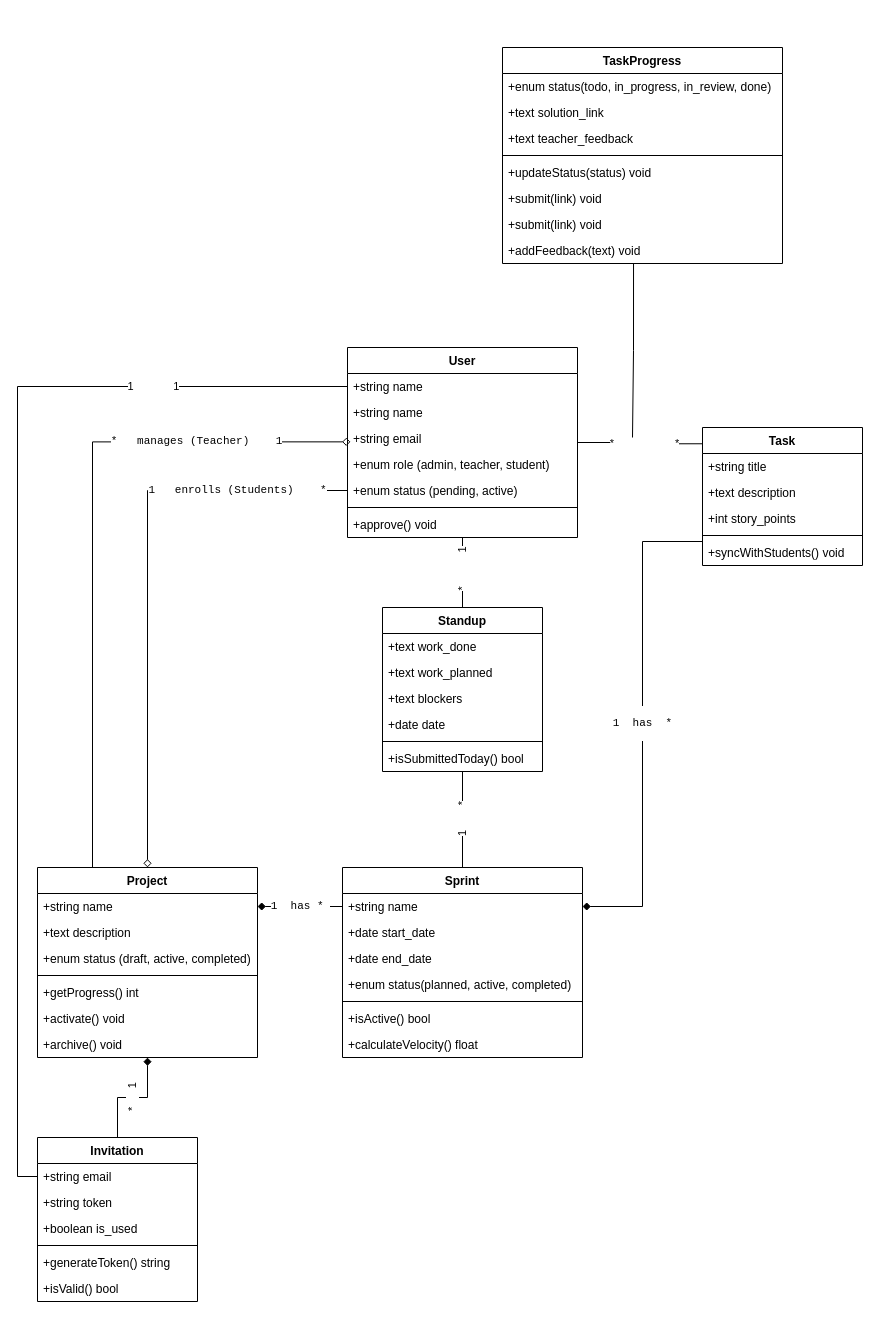
Before: UML/class_diagram.drawio in oelaimar/Scrum-Platform, a draw.io diagram. Source tidied: cells renumbered, new cells numbered last; positions are measured from the earlier drawing's top-left corner, leaving out a move shared by most shapes. Both pictures are drawn from the tidied source at 100%, with x=0, y=0 at pixel (37, 47).
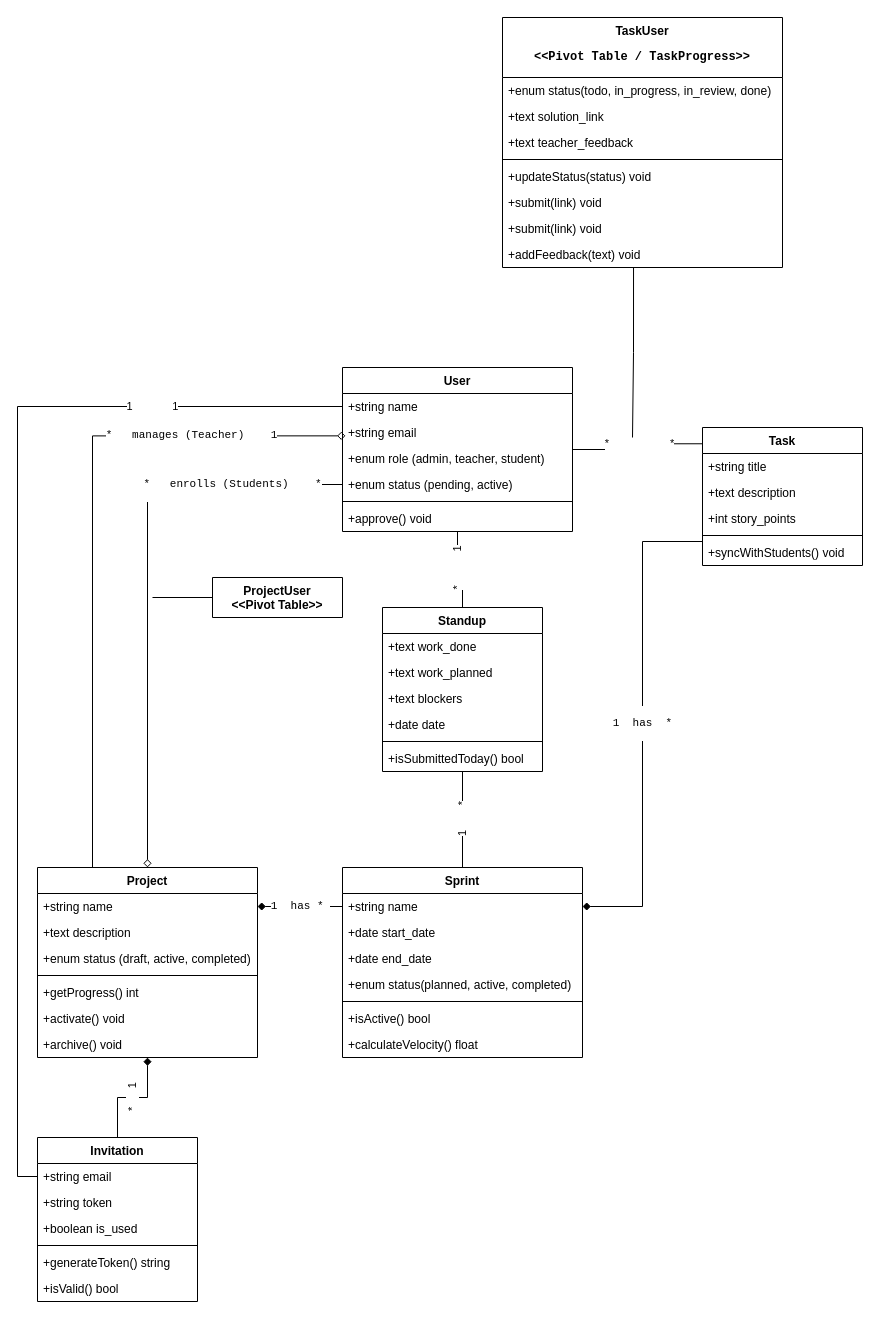
Above is the later version.

The change refers to these unchanged cells:
```xml
<mxCell id="16" value="Project" style="swimlane;fontStyle=1;align=center;verticalAlign=top;horizontal=1;startSize=26;whiteSpace=wrap;html=1;" parent="1" vertex="1">
  <mxGeometry y="820" width="220" height="190" as="geometry" />
</mxCell>
```

Change to the diagram source:
```diff
@@
-    <mxCell id="2" value="&lt;pre&gt;&lt;code class=&quot;language-mermaid&quot;&gt;&lt;span class=&quot;hljs-string&quot;&gt;&lt;span&gt;1   enrolls (Students)    *&lt;/span&gt;&lt;/span&gt;&lt;/code&gt;&lt;/pre&gt;" style="edgeStyle=orthogonalEdgeStyle;rounded=0;jettySize=auto;html=1;endArrow=diamond;endFill=0;targetPerimeterSpacing=10;entryX=0.5;entryY=0;entryDx=0;entryDy=0;startArrow=none;startFill=0;" parent="1" edge="1" source="11" target="16">
+    <mxCell id="2" value="&lt;pre&gt;&lt;code class=&quot;language-mermaid&quot;&gt;&lt;span class=&quot;hljs-string&quot;&gt;&lt;span&gt;*   enrolls (Students)    *&lt;/span&gt;&lt;/span&gt;&lt;/code&gt;&lt;/pre&gt;" style="edgeStyle=orthogonalEdgeStyle;rounded=0;jettySize=auto;html=1;endArrow=diamond;endFill=0;targetPerimeterSpacing=10;entryX=0.5;entryY=0;entryDx=0;entryDy=0;startArrow=none;startFill=0;" parent="1" edge="1" source="11" target="16">
       <mxGeometry x="-0.62" relative="1" as="geometry" />
     </mxCell>
@@
     <mxCell id="6" value="User" style="swimlane;fontStyle=1;align=center;verticalAlign=top;horizontal=1;startSize=26;whiteSpace=wrap;html=1;" parent="1" vertex="1">
-      <mxGeometry x="310" y="300" width="230" height="190" as="geometry" />
+      <mxGeometry x="305" y="320" width="230" height="164" as="geometry" />
     </mxCell>
@@
-    <mxCell id="8" value="&lt;div&gt;+string name&lt;/div&gt;" style="text;strokeColor=none;fillColor=none;align=left;verticalAlign=top;spacingLeft=4;spacingRight=4;overflow=hidden;whiteSpace=wrap;html=1;" parent="6" vertex="1">
-      <mxGeometry y="52" width="230" height="26" as="geometry" />
-    </mxCell>
     <mxCell id="9" value="&lt;div&gt;&lt;span style=&quot;background-color: initial;&quot;&gt;+string email&lt;/span&gt;&lt;/div&gt;" style="text;strokeColor=none;fillColor=none;align=left;verticalAlign=top;spacingLeft=4;spacingRight=4;overflow=hidden;points=[[0,0.5],[1,0.5]];portConstraint=eastwest;whiteSpace=wrap;html=1;" parent="6" vertex="1">
-      <mxGeometry y="78" width="230" height="26" as="geometry" />
+      <mxGeometry y="52" width="230" height="26" as="geometry" />
     </mxCell>
     <mxCell id="10" value="+enum role (admin, t&lt;span style=&quot;background-color: initial;&quot;&gt;eacher, student)&lt;/span&gt;&lt;div&gt;&lt;/div&gt;" style="text;strokeColor=none;fillColor=none;align=left;verticalAlign=top;spacingLeft=4;spacingRight=4;overflow=hidden;whiteSpace=wrap;html=1;" parent="6" vertex="1">
-      <mxGeometry y="104" width="230" height="26" as="geometry" />
+      <mxGeometry y="78" width="230" height="26" as="geometry" />
     </mxCell>
     <mxCell id="11" value="+enum status (pending, active)&lt;div&gt;&lt;/div&gt;" style="text;strokeColor=none;fillColor=none;align=left;verticalAlign=top;spacingLeft=4;spacingRight=4;overflow=hidden;points=[[0,0.5],[1,0.5]];portConstraint=eastwest;whiteSpace=wrap;html=1;" parent="6" vertex="1">
-      <mxGeometry y="130" width="230" height="26" as="geometry" />
+      <mxGeometry y="104" width="230" height="26" as="geometry" />
     </mxCell>
     <mxCell id="12" style="line;strokeWidth=1;fillColor=none;align=left;verticalAlign=middle;spacingTop=-1;spacingLeft=3;spacingRight=3;labelPosition=right;strokeColor=inherit;" parent="6" vertex="1">
-      <mxGeometry y="156" width="230" height="8" as="geometry" />
+      <mxGeometry y="130" width="230" height="8" as="geometry" />
     </mxCell>
     <mxCell id="13" value="+approve() void" style="text;strokeColor=none;fillColor=none;align=left;verticalAlign=top;spacingLeft=4;spacingRight=4;overflow=hidden;whiteSpace=wrap;html=1;" parent="6" vertex="1">
-      <mxGeometry y="164" width="230" height="26" as="geometry" />
+      <mxGeometry y="138" width="230" height="26" as="geometry" />
     </mxCell>
@@
-    <mxCell id="39" value="TaskProgress" style="swimlane;fontStyle=1;align=center;verticalAlign=top;horizontal=1;startSize=26;whiteSpace=wrap;html=1;" parent="1" vertex="1">
-      <mxGeometry x="465" width="280" height="216" as="geometry" />
+    <mxCell id="39" value="TaskUser&lt;br&gt;&lt;pre&gt;&lt;code class=&quot;language-mermaid&quot;&gt;&amp;lt;&amp;lt;Pivot Table / TaskProgress&amp;gt;&amp;gt;&lt;/code&gt;&lt;/pre&gt;&lt;pre&gt;&lt;/pre&gt;" style="swimlane;fontStyle=1;align=center;verticalAlign=top;horizontal=1;startSize=60;whiteSpace=wrap;html=1;" parent="1" vertex="1">
+      <mxGeometry x="465" y="-30" width="280" height="250" as="geometry" />
     </mxCell>
     <mxCell id="40" value="+enum status(todo,&amp;nbsp;in_progress,&amp;nbsp;in_review,&amp;nbsp;done)" style="text;strokeColor=none;fillColor=none;align=left;verticalAlign=top;spacingLeft=4;spacingRight=4;overflow=hidden;whiteSpace=wrap;html=1;" parent="39" vertex="1">
-      <mxGeometry y="26" width="280" height="26" as="geometry" />
+      <mxGeometry y="60" width="280" height="26" as="geometry" />
     </mxCell>
     <mxCell id="41" value="+text solution_link" style="text;strokeColor=none;fillColor=none;align=left;verticalAlign=top;spacingLeft=4;spacingRight=4;overflow=hidden;whiteSpace=wrap;html=1;" parent="39" vertex="1">
-      <mxGeometry y="52" width="280" height="26" as="geometry" />
+      <mxGeometry y="86" width="280" height="26" as="geometry" />
     </mxCell>
     <mxCell id="42" value="+text teacher_feedback" style="text;strokeColor=none;fillColor=none;align=left;verticalAlign=top;spacingLeft=4;spacingRight=4;overflow=hidden;whiteSpace=wrap;html=1;" parent="39" vertex="1">
-      <mxGeometry y="78" width="280" height="26" as="geometry" />
+      <mxGeometry y="112" width="280" height="26" as="geometry" />
     </mxCell>
     <mxCell id="43" style="line;strokeWidth=1;fillColor=none;align=left;verticalAlign=middle;spacingTop=-1;spacingLeft=3;spacingRight=3;labelPosition=right;strokeColor=inherit;" parent="39" vertex="1">
-      <mxGeometry y="104" width="280" height="8" as="geometry" />
+      <mxGeometry y="138" width="280" height="8" as="geometry" />
     </mxCell>
     <mxCell id="44" value="+updateStatus(status) void" style="text;strokeColor=none;fillColor=none;align=left;verticalAlign=top;spacingLeft=4;spacingRight=4;overflow=hidden;whiteSpace=wrap;html=1;" parent="39" vertex="1">
-      <mxGeometry y="112" width="280" height="26" as="geometry" />
+      <mxGeometry y="146" width="280" height="26" as="geometry" />
     </mxCell>
     <mxCell id="45" value="+submit(link) void" style="text;strokeColor=none;fillColor=none;align=left;verticalAlign=top;spacingLeft=4;spacingRight=4;overflow=hidden;whiteSpace=wrap;html=1;" parent="39" vertex="1">
-      <mxGeometry y="138" width="280" height="26" as="geometry" />
+      <mxGeometry y="172" width="280" height="26" as="geometry" />
     </mxCell>
     <mxCell id="46" value="+submit(link) void" style="text;strokeColor=none;fillColor=none;align=left;verticalAlign=top;spacingLeft=4;spacingRight=4;overflow=hidden;whiteSpace=wrap;html=1;" parent="39" vertex="1">
-      <mxGeometry y="164" width="280" height="26" as="geometry" />
+      <mxGeometry y="198" width="280" height="26" as="geometry" />
     </mxCell>
     <mxCell id="47" value="+addFeedback(text) void" style="text;strokeColor=none;fillColor=none;align=left;verticalAlign=top;spacingLeft=4;spacingRight=4;overflow=hidden;points=[[0,0.5],[1,0.5]];portConstraint=eastwest;whiteSpace=wrap;html=1;" parent="39" vertex="1">
-      <mxGeometry y="190" width="280" height="26" as="geometry" />
+      <mxGeometry y="224" width="280" height="26" as="geometry" />
     </mxCell>
@@
+    <mxCell id="65" style="edgeStyle=orthogonalEdgeStyle;rounded=0;jettySize=auto;html=1;endArrow=none;endFill=0;" parent="1" edge="1" source="66">
+      <mxGeometry relative="1" as="geometry">
+        <mxPoint x="115" y="550" as="targetPoint" />
+      </mxGeometry>
+    </mxCell>
+    <mxCell id="66" value="ProjectUser&lt;br&gt;&amp;lt;&amp;lt;Pivot Table&amp;gt;&amp;gt;" style="swimlane;fontStyle=1;align=center;verticalAlign=top;horizontal=1;startSize=40;whiteSpace=wrap;html=1;" parent="1" vertex="1" collapsed="1">
+      <mxGeometry x="175" y="530" width="130" height="40" as="geometry" />
+    </mxCell>
```
